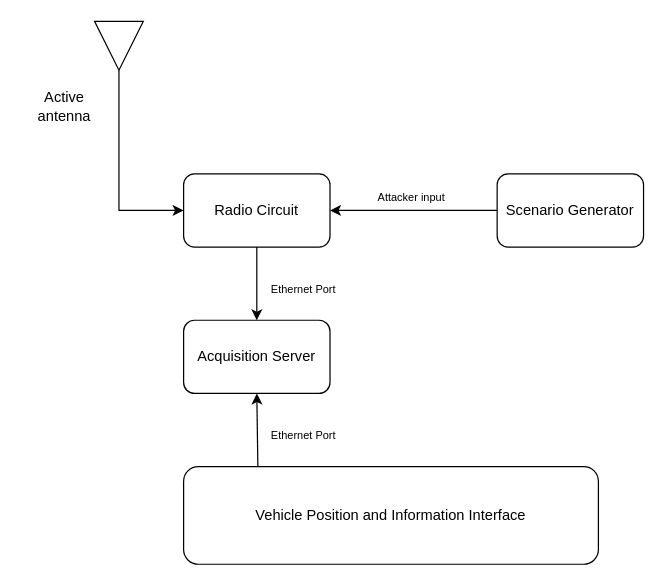
Before: page "Blockdiagram" (1 of 3) of GNSS Datalogger Blockdiagram.drawio in torejohansson97/tightly-coupled-gnss-data-logger, a draw.io diagram. Source tidied: cells renumbered, new cells numbered last; positions are measured from the earlier drawing's top-left corner, leaving out a move shared by most shapes. Both pictures are drawn from the tidied source at 122%, with x=0, y=0 at pixel (21, 21).
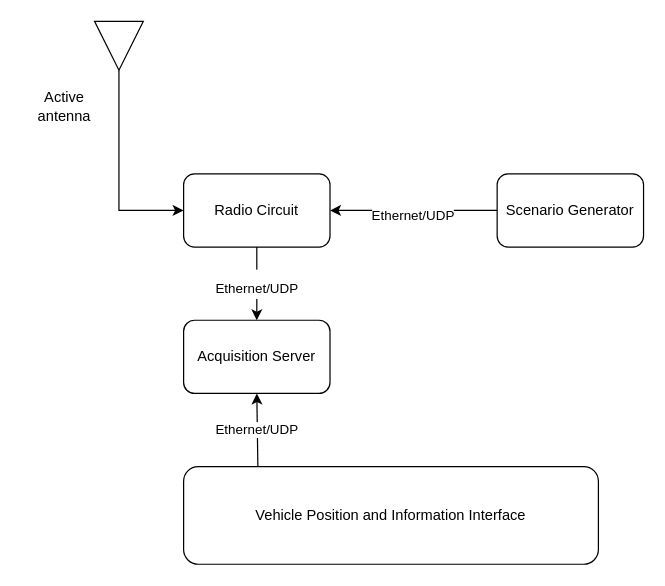
After the change.

Diff of the diagram source:
```diff
@@
 <mxGraphModel>
   <root>
     <mxCell id="0" />
     <mxCell id="1" parent="0" />
     <mxCell id="2" value="Vehicle Position and Information Interface " style="rounded=1;whiteSpace=wrap;html=1;" parent="1" vertex="1">
       <mxGeometry x="133" y="365" width="340" height="80" as="geometry" />
     </mxCell>
     <mxCell id="3" value="Acquisition Server" style="rounded=1;whiteSpace=wrap;html=1;" parent="1" vertex="1">
       <mxGeometry x="133" y="245" width="120" height="60" as="geometry" />
     </mxCell>
-    <mxCell id="4" style="edgeStyle=orthogonalEdgeStyle;rounded=0;jettySize=auto;html=1;entryX=1;entryY=0.5;entryDx=0;entryDy=0;fontSize=20;" parent="1" edge="1" source="5" target="8">
+    <mxCell id="4" value="&lt;font style=&quot;font-size: 11px;&quot;&gt;Ethernet/UDP&lt;/font&gt;" style="edgeStyle=orthogonalEdgeStyle;rounded=0;jettySize=auto;html=1;entryX=1;entryY=0.5;entryDx=0;entryDy=0;fontSize=20;" parent="1" edge="1" source="5" target="8">
       <mxGeometry relative="1" as="geometry" />
     </mxCell>
     <mxCell id="5" value="Scenario Generator" style="rounded=1;whiteSpace=wrap;html=1;" parent="1" vertex="1">
       <mxGeometry x="390" y="125" width="120" height="60" as="geometry" />
     </mxCell>
-    <mxCell id="6" style="endArrow=classic;html=1;rounded=0;entryX=0.5;entryY=1;entryDx=0;entryDy=0;exitX=0.179;exitY=-0.005;exitDx=0;exitDy=0;exitPerimeter=0;" parent="1" edge="1" source="2" target="3">
+    <mxCell id="6" value="Ethernet/UDP" style="endArrow=classic;html=1;rounded=0;entryX=0.5;entryY=1;entryDx=0;entryDy=0;exitX=0.179;exitY=-0.005;exitDx=0;exitDy=0;exitPerimeter=0;" parent="1" edge="1" source="2" target="3">
       <mxGeometry relative="1" as="geometry" />
     </mxCell>
-    <mxCell id="7" style="edgeStyle=orthogonalEdgeStyle;rounded=0;jettySize=auto;html=1;entryX=0.5;entryY=0;entryDx=0;entryDy=0;fontSize=20;" parent="1" edge="1" source="8" target="3">
+    <mxCell id="7" value="&lt;font style=&quot;font-size: 11px;&quot;&gt;Ethernet/UDP&lt;/font&gt;" style="edgeStyle=orthogonalEdgeStyle;rounded=0;jettySize=auto;html=1;entryX=0.5;entryY=0;entryDx=0;entryDy=0;fontSize=20;" parent="1" edge="1" source="8" target="3">
       <mxGeometry relative="1" as="geometry" />
     </mxCell>
     <mxCell id="8" value="Radio Circuit" style="rounded=1;whiteSpace=wrap;html=1;" parent="1" vertex="1">
       <mxGeometry x="133" y="125" width="120" height="60" as="geometry" />
     </mxCell>
-    <mxCell id="9" value="&lt;font style=&quot;font-size: 9px;&quot;&gt;Attacker input&lt;/font&gt;" style="text;html=1;strokeColor=none;fillColor=none;align=center;verticalAlign=middle;whiteSpace=wrap;rounded=0;fontSize=20;" parent="1" vertex="1">
-      <mxGeometry x="260" y="125" width="120" height="30" as="geometry" />
-    </mxCell>
     <mxCell id="10" style="edgeStyle=orthogonalEdgeStyle;rounded=0;jettySize=auto;html=1;exitX=1;exitY=0.5;exitDx=0;exitDy=0;entryX=0;entryY=0.5;entryDx=0;entryDy=0;startArrow=none;startFill=0;" parent="1" edge="1" source="12" target="8">
       <mxGeometry relative="1" as="geometry">
         <Array as="points">
           <mxPoint x="80" y="40" />
           <mxPoint x="80" y="155" />
         </Array>
       </mxGeometry>
     </mxCell>
-    <mxCell id="11" value="Ethernet Port" style="text;html=1;strokeColor=none;fillColor=none;align=center;verticalAlign=middle;whiteSpace=wrap;rounded=0;fontSize=9;" parent="1" vertex="1">
-      <mxGeometry x="193" y="205" width="77" height="30" as="geometry" />
-    </mxCell>
     <mxCell id="12" style="triangle;whiteSpace=wrap;html=1;rotation=90;" parent="1" vertex="1">
       <mxGeometry x="60" width="40" height="40" as="geometry" />
     </mxCell>
-    <mxCell id="13" value="Ethernet Port" style="text;html=1;strokeColor=none;fillColor=none;align=center;verticalAlign=middle;whiteSpace=wrap;rounded=0;fontSize=9;" parent="1" vertex="1">
-      <mxGeometry x="193" y="325" width="77" height="30" as="geometry" />
-    </mxCell>
     <mxCell id="14" value="Active &lt;br&gt;antenna" style="text;html=1;align=center;verticalAlign=middle;strokeColor=none;fillColor=none;" parent="1" vertex="1">
       <mxGeometry y="50" width="70" height="40" as="geometry" />
     </mxCell>
   </root>
 </mxGraphModel>
```
